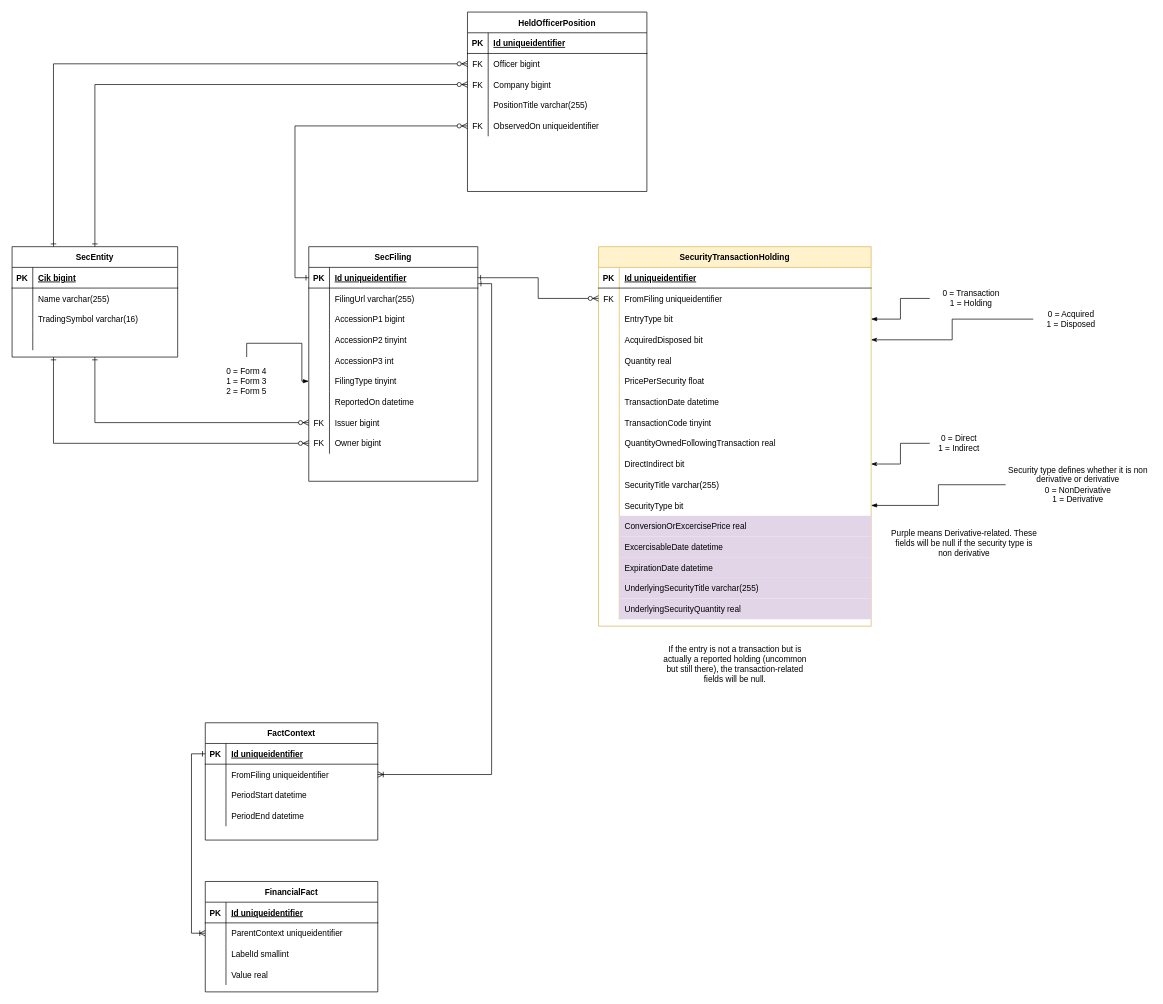
Earlier version of the draw.io diagram page "Filing-Derived" (1 of 3) of AletheiaErd.drawio (TimHanewich/Aletheia-Engine-Library). Source tidied: cells renumbered, new cells numbered last; positions are measured from the earlier drawing's top-left corner, leaving out a move shared by most shapes. Both pictures are drawn from the tidied source at 69%, with x=0, y=0 at pixel (12, 12).
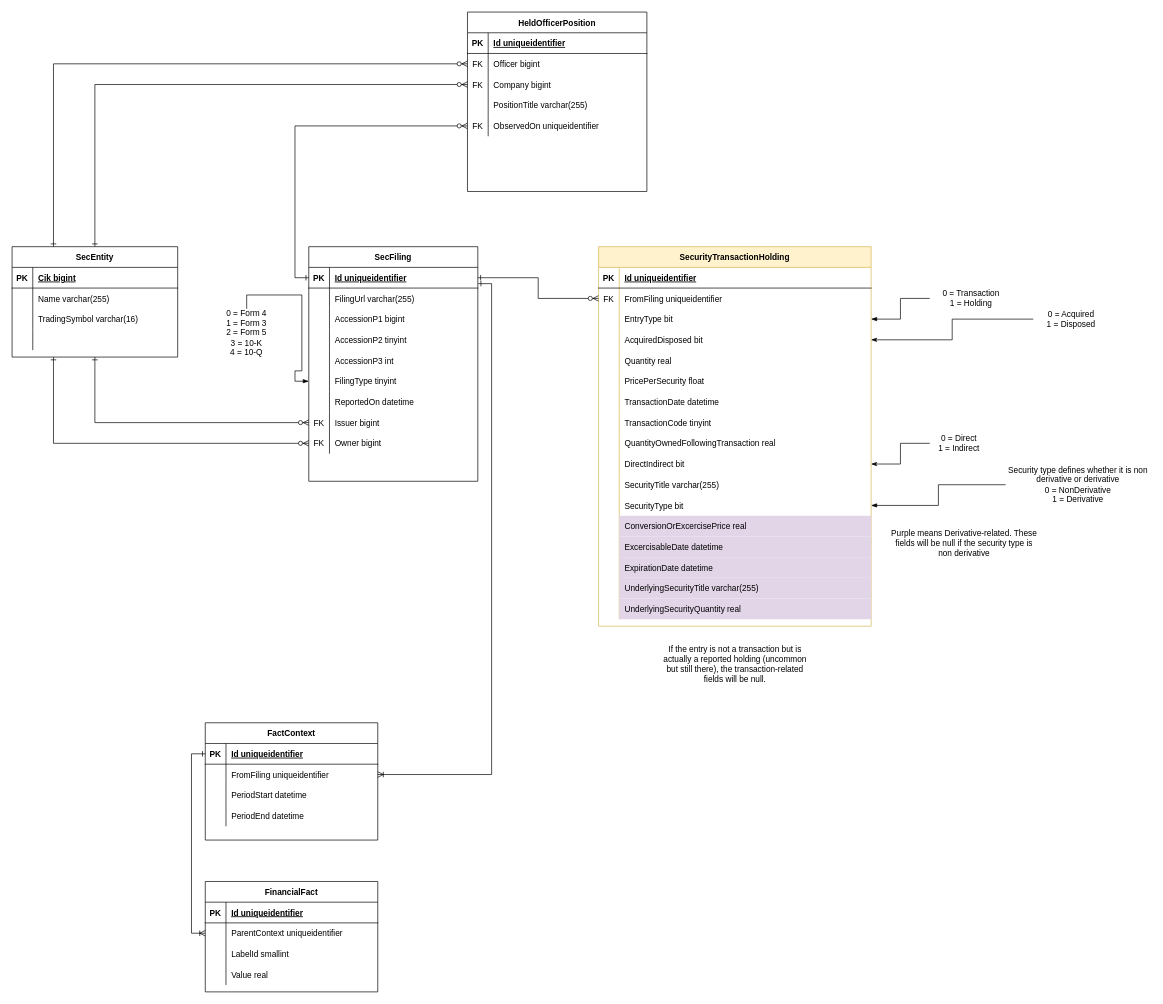
Above is the later version.

Commit message:
Added 10-K and 10-Q to filing type

Diff of the diagram source:
```diff
@@
-    <mxCell id="122" value="0 = Form 4&lt;br&gt;1 = Form 3&lt;br&gt;2 = Form 5" style="text;html=1;strokeColor=none;fillColor=none;align=center;verticalAlign=middle;whiteSpace=wrap;rounded=0;" parent="1" vertex="1">
-      <mxGeometry x="280" y="500" width="120" height="70" as="geometry" />
+    <mxCell id="122" value="0 = Form 4&lt;br&gt;1 = Form 3&lt;br&gt;2 = Form 5&lt;br&gt;3 = 10-K&lt;br&gt;4 = 10-Q" style="text;html=1;strokeColor=none;fillColor=none;align=center;verticalAlign=middle;whiteSpace=wrap;rounded=0;" parent="1" vertex="1">
+      <mxGeometry x="280" y="430" width="120" height="70" as="geometry" />
     </mxCell>
```
